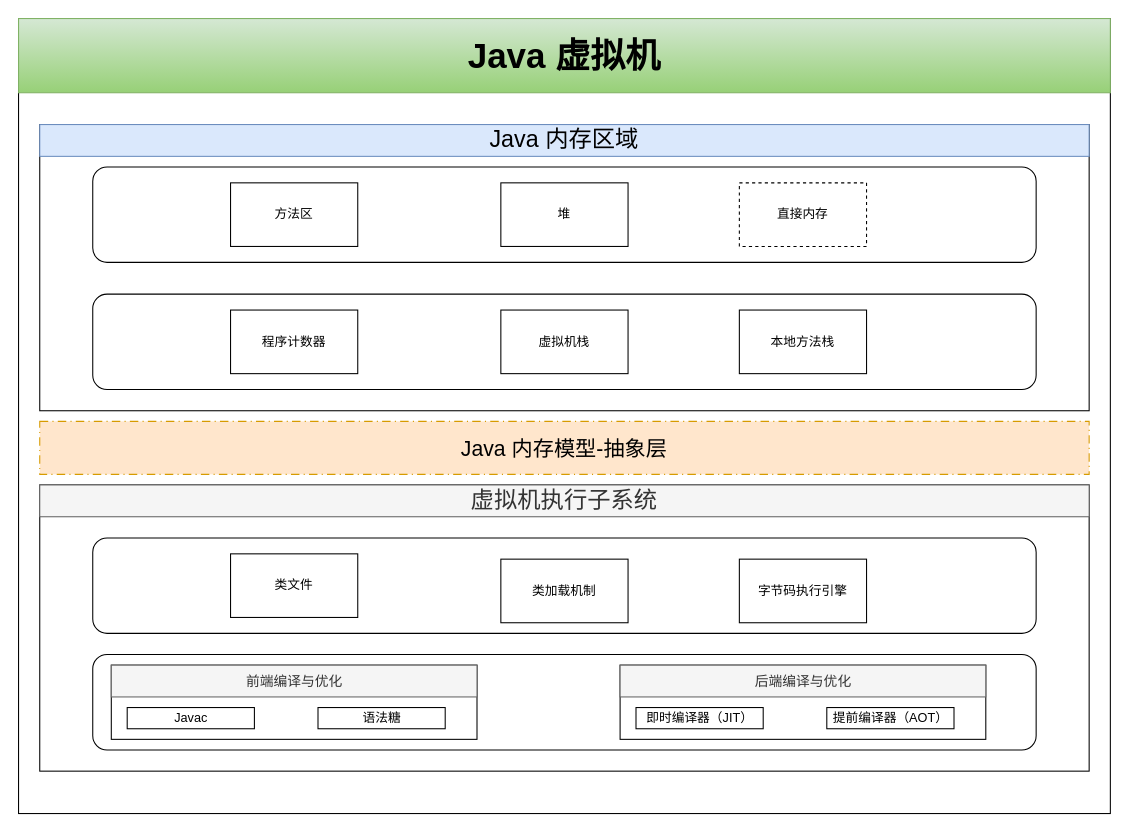
This is JVM内存.drawio from jeslie-in-blossom/learndata, a draw.io file, before an edit. Source tidied: cells renumbered, new cells numbered last; positions are measured from the earlier drawing's top-left corner, leaving out a move shared by most shapes. Both pictures are drawn from the tidied source at 106%, with x=0, y=0 at pixel (18, 18).
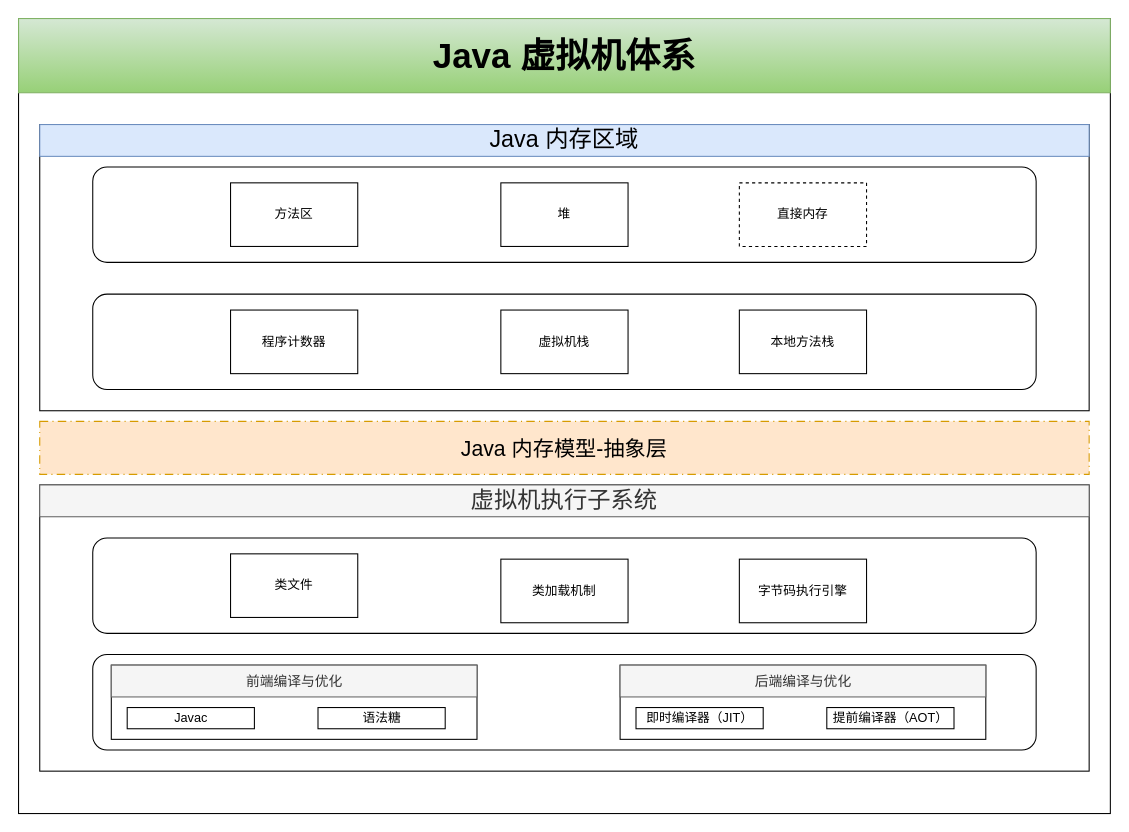
After the change.

The edit, as a diff of the source:
```diff
@@
-    <mxCell id="3" value="&lt;b style=&quot;&quot;&gt;&lt;font style=&quot;font-size: 33px;&quot;&gt;Java 虚拟机&lt;/font&gt;&lt;/b&gt;" style="text;html=1;align=center;verticalAlign=middle;whiteSpace=wrap;rounded=0;labelBackgroundColor=none;textShadow=0;fillColor=#d5e8d4;strokeColor=#82b366;gradientColor=#97d077;" parent="1" vertex="1">
+    <mxCell id="3" value="&lt;b style=&quot;&quot;&gt;&lt;font style=&quot;font-size: 33px;&quot;&gt;Java 虚拟机体系&lt;/font&gt;&lt;/b&gt;" style="text;html=1;align=center;verticalAlign=middle;whiteSpace=wrap;rounded=0;labelBackgroundColor=none;textShadow=0;fillColor=#d5e8d4;strokeColor=#82b366;gradientColor=#97d077;" parent="1" vertex="1">
       <mxGeometry width="1030" height="70" as="geometry" />
     </mxCell>
```
